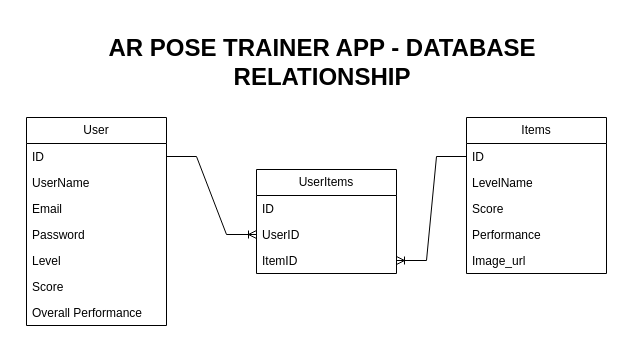
This is AR_PoseTrainerApp.drawio from MustafizurRU/Unity_Necessary_Package, a draw.io file, before an edit. Source tidied: cells renumbered, new cells numbered last; positions are measured from the earlier drawing's top-left corner, leaving out a move shared by most shapes. Both pictures are drawn from the tidied source at 100%, with x=0, y=0 at pixel (17, 47).
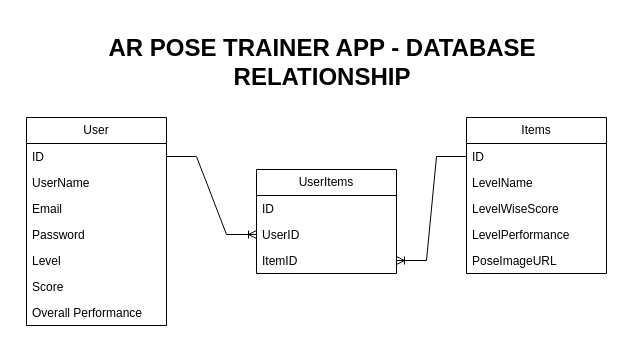
After the change.

The change refers to these unchanged cells:
```xml
<mxCell id="10" value="Items" style="swimlane;fontStyle=0;horizontal=1;startSize=26;fillColor=none;whiteSpace=wrap;html=1;" parent="1" vertex="1">
  <mxGeometry x="449" y="70" width="140" height="156" as="geometry" />
</mxCell>
```

The edit, as a diff of the source:
```diff
@@
-    <mxCell id="13" value="Score" style="text;strokeColor=none;fillColor=none;align=left;verticalAlign=top;spacingLeft=4;spacingRight=4;overflow=hidden;whiteSpace=wrap;html=1;" parent="10" vertex="1">
+    <mxCell id="13" value="LevelWiseScore" style="text;strokeColor=none;fillColor=none;align=left;verticalAlign=top;spacingLeft=4;spacingRight=4;overflow=hidden;whiteSpace=wrap;html=1;" parent="10" vertex="1">
       <mxGeometry y="78" width="140" height="26" as="geometry" />
     </mxCell>
-    <mxCell id="14" value="Performance" style="text;strokeColor=none;fillColor=none;align=left;verticalAlign=top;spacingLeft=4;spacingRight=4;overflow=hidden;whiteSpace=wrap;html=1;" parent="10" vertex="1">
+    <mxCell id="14" value="LevelPerformance" style="text;strokeColor=none;fillColor=none;align=left;verticalAlign=top;spacingLeft=4;spacingRight=4;overflow=hidden;whiteSpace=wrap;html=1;" parent="10" vertex="1">
       <mxGeometry y="104" width="140" height="26" as="geometry" />
     </mxCell>
-    <mxCell id="15" value="Image_url" style="text;strokeColor=none;fillColor=none;align=left;verticalAlign=top;spacingLeft=4;spacingRight=4;overflow=hidden;whiteSpace=wrap;html=1;" parent="10" vertex="1">
+    <mxCell id="15" value="PoseImageURL" style="text;strokeColor=none;fillColor=none;align=left;verticalAlign=top;spacingLeft=4;spacingRight=4;overflow=hidden;whiteSpace=wrap;html=1;" parent="10" vertex="1">
       <mxGeometry y="130" width="140" height="26" as="geometry" />
     </mxCell>
```
